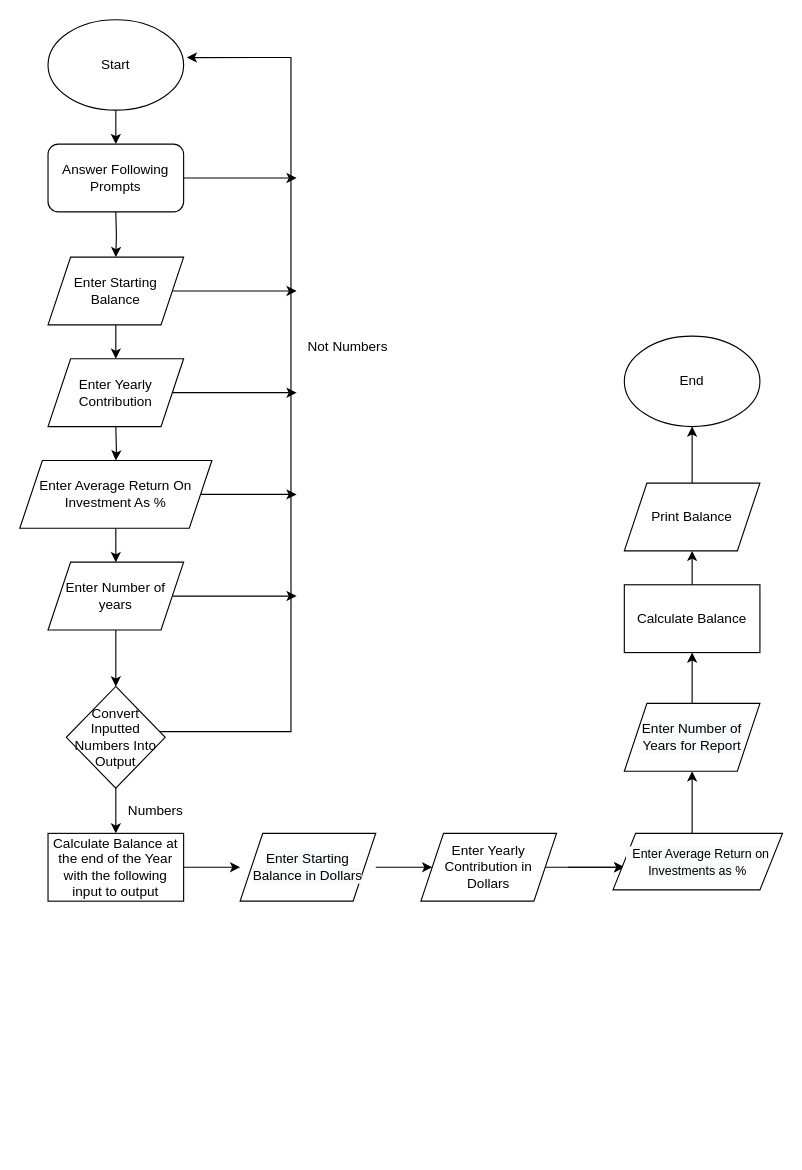
The draw.io diagram AdvPseudoFlow-Diagram.drawio in WilsonTalentCenter/advpseudoflow-ns6600, before the edit. Source tidied: cells renumbered, new cells numbered last; positions are measured from the earlier drawing's top-left corner, leaving out a move shared by most shapes. Both pictures are drawn from the tidied source at 113%, with x=0, y=0 at pixel (19, 19).
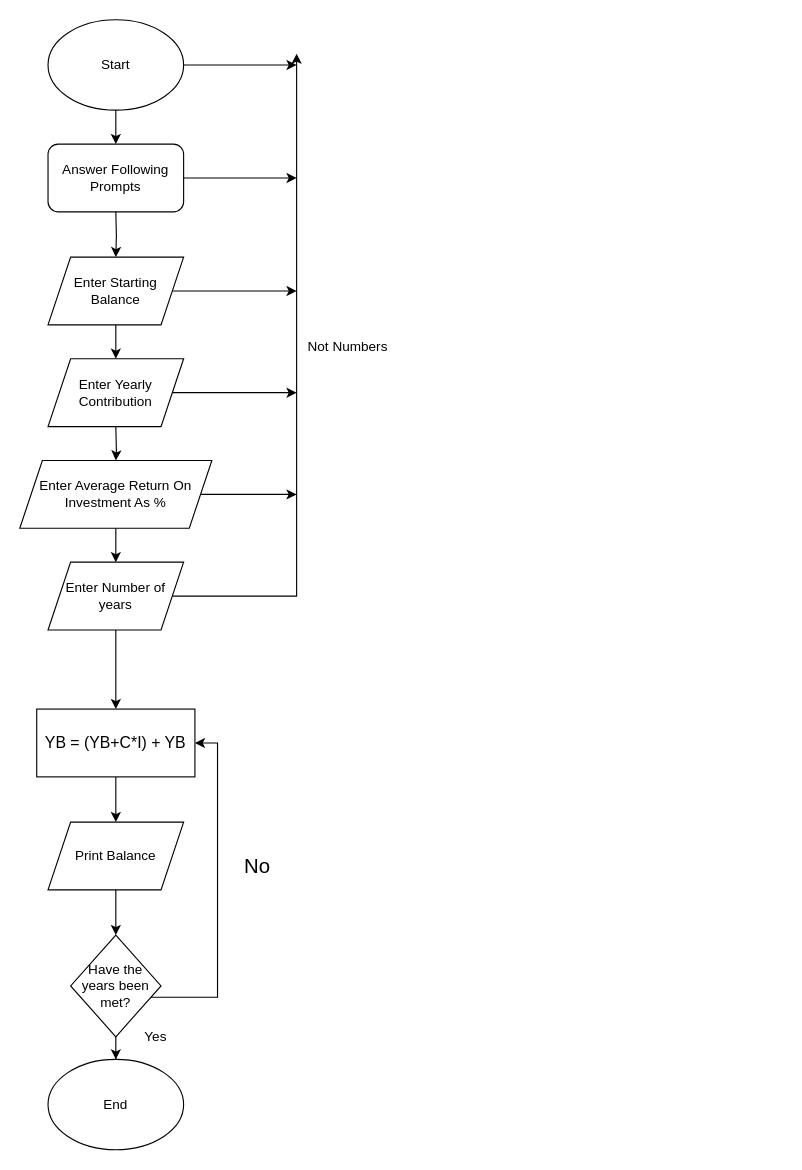
Above is the later version.

Unchanged cells that the change refers to:
```xml
<mxCell id="3" value="Start" style="ellipse;whiteSpace=wrap;html=1;" parent="1" vertex="1">
  <mxGeometry x="25" width="120" height="80" as="geometry" />
</mxCell>
<mxCell id="15" value="Enter Number of years" style="shape=parallelogram;perimeter=parallelogramPerimeter;whiteSpace=wrap;html=1;fixedSize=1;" parent="1" vertex="1">
  <mxGeometry x="25" y="480" width="120" height="60" as="geometry" />
</mxCell>
```

Change to the diagram source:
```diff
@@
+    <mxCell id="40" style="edgeStyle=orthogonalEdgeStyle;rounded=0;jettySize=auto;html=1;" parent="1" edge="1" source="3">
+      <mxGeometry relative="1" as="geometry">
+        <mxPoint x="245" y="40" as="targetPoint" />
+      </mxGeometry>
+    </mxCell>
@@
     <mxCell id="13" style="edgeStyle=orthogonalEdgeStyle;rounded=0;jettySize=auto;html=1;" parent="1" edge="1" source="15">
       <mxGeometry relative="1" as="geometry">
-        <mxPoint x="245" y="510" as="targetPoint" />
+        <mxPoint x="245" y="30" as="targetPoint" />
+        <Array as="points">
+          <mxPoint x="245" y="510" />
+        </Array>
       </mxGeometry>
     </mxCell>
-    <mxCell id="14" style="edgeStyle=orthogonalEdgeStyle;rounded=0;jettySize=auto;html=1;" parent="1" edge="1" source="15" target="20">
-      <mxGeometry relative="1" as="geometry" />
+    <mxCell id="14" style="edgeStyle=orthogonalEdgeStyle;rounded=0;jettySize=auto;html=1;entryX=0.5;entryY=0;entryDx=0;entryDy=0;" parent="1" edge="1" source="15" target="29">
+      <mxGeometry relative="1" as="geometry">
+        <Array as="points">
+          <mxPoint x="85" y="590" />
+          <mxPoint x="85" y="590" />
+        </Array>
+      </mxGeometry>
     </mxCell>
@@
+    <mxCell id="41" style="edgeStyle=orthogonalEdgeStyle;rounded=0;jettySize=auto;html=1;" parent="1" edge="1" source="20" target="31">
+      <mxGeometry relative="1" as="geometry" />
+    </mxCell>
-    <mxCell id="19" style="edgeStyle=orthogonalEdgeStyle;rounded=0;jettySize=auto;html=1;entryX=0.5;entryY=0;entryDx=0;entryDy=0;" parent="1" edge="1" source="20" target="29">
-      <mxGeometry relative="1" as="geometry" />
+    <mxCell id="19" style="edgeStyle=orthogonalEdgeStyle;rounded=0;jettySize=auto;html=1;entryX=1;entryY=0.5;entryDx=0;entryDy=0;" parent="1" edge="1" source="20" target="29">
+      <mxGeometry relative="1" as="geometry">
+        <Array as="points">
+          <mxPoint x="175" y="865" />
+          <mxPoint x="175" y="640" />
+        </Array>
+      </mxGeometry>
     </mxCell>
-    <mxCell id="20" value="Convert Inputted Numbers Into Output" style="rhombus;whiteSpace=wrap;html=1;" parent="1" vertex="1">
-      <mxGeometry x="41.2" y="590" width="87.5" height="90" as="geometry" />
+    <mxCell id="20" value="Have the years been met?" style="rhombus;whiteSpace=wrap;html=1;" parent="1" vertex="1">
+      <mxGeometry x="45" y="810" width="80" height="90" as="geometry" />
     </mxCell>
-    <mxCell id="21" style="edgeStyle=orthogonalEdgeStyle;rounded=0;orthogonalLoop=1;jettySize=auto;html=1;" parent="1" edge="1">
-      <mxGeometry relative="1" as="geometry">
-        <mxPoint x="315" y="750" as="sourcePoint" />
-        <mxPoint x="365" y="750" as="targetPoint" />
-      </mxGeometry>
-    </mxCell>
-    <mxCell id="22" value="Numbers" style="text;html=1;align=center;verticalAlign=middle;" parent="1" vertex="1">
-      <mxGeometry x="90" y="690" width="60" height="20" as="geometry" />
-    </mxCell>
-    <mxCell id="23" style="edgeStyle=orthogonalEdgeStyle;rounded=0;jettySize=auto;html=1;entryX=1.023;entryY=0.418;entryDx=0;entryDy=0;entryPerimeter=0;" parent="1" edge="1" source="20" target="3">
-      <mxGeometry relative="1" as="geometry">
-        <Array as="points">
-          <mxPoint x="240" y="630" />
-          <mxPoint x="240" y="33" />
-        </Array>
-      </mxGeometry>
-    </mxCell>
@@
-    <mxCell id="25" style="edgeStyle=orthogonalEdgeStyle;rounded=0;orthogonalLoop=1;jettySize=auto;html=1;" parent="1" edge="1">
-      <mxGeometry relative="1" as="geometry">
-        <mxPoint x="485" y="750" as="sourcePoint" />
-        <mxPoint x="535" y="750" as="targetPoint" />
-        <Array as="points">
-          <mxPoint x="485" y="750" />
-          <mxPoint x="485" y="750" />
-        </Array>
-      </mxGeometry>
-    </mxCell>
-    <mxCell id="26" style="edgeStyle=orthogonalEdgeStyle;rounded=0;orthogonalLoop=1;jettySize=auto;html=1;" parent="1" edge="1">
-      <mxGeometry relative="1" as="geometry">
-        <mxPoint x="595" y="720" as="sourcePoint" />
-        <mxPoint x="595" y="665" as="targetPoint" />
-      </mxGeometry>
-    </mxCell>
-    <mxCell id="27" style="edgeStyle=orthogonalEdgeStyle;rounded=0;orthogonalLoop=1;jettySize=auto;html=1;" parent="1" edge="1">
-      <mxGeometry relative="1" as="geometry">
-        <mxPoint x="595" y="605" as="sourcePoint" />
-        <mxPoint x="595" y="560" as="targetPoint" />
-      </mxGeometry>
-    </mxCell>
-    <mxCell id="28" style="edgeStyle=orthogonalEdgeStyle;rounded=0;jettySize=auto;html=1;entryX=0;entryY=0.5;entryDx=0;entryDy=0;" parent="1" edge="1" source="29">
-      <mxGeometry relative="1" as="geometry">
-        <mxPoint x="195" y="750" as="targetPoint" />
-        <Array as="points">
-          <mxPoint x="185" y="750" />
-          <mxPoint x="185" y="750" />
-        </Array>
-      </mxGeometry>
-    </mxCell>
+    <mxCell id="42" style="edgeStyle=orthogonalEdgeStyle;rounded=0;jettySize=auto;html=1;entryX=0.5;entryY=0;entryDx=0;entryDy=0;" parent="1" edge="1" source="29" target="39">
+      <mxGeometry relative="1" as="geometry" />
+    </mxCell>
-    <mxCell id="29" value="Calculate Balance at the end of the Year with the following input to output" style="rounded=0;whiteSpace=wrap;html=1;" parent="1" vertex="1">
-      <mxGeometry x="25" y="720" width="120" height="60" as="geometry" />
+    <mxCell id="29" value="&lt;font style=&quot;font-size: 14px&quot;&gt;YB = (YB+C*I) + YB&lt;/font&gt;" style="rounded=0;whiteSpace=wrap;html=1;" parent="1" vertex="1">
+      <mxGeometry x="15" y="610" width="140" height="60" as="geometry" />
     </mxCell>
-    <mxCell id="30" style="edgeStyle=orthogonalEdgeStyle;rounded=0;orthogonalLoop=1;jettySize=auto;html=1;" parent="1" edge="1">
-      <mxGeometry relative="1" as="geometry">
-        <mxPoint x="595" y="500" as="sourcePoint" />
-        <mxPoint x="595" y="470" as="targetPoint" />
-      </mxGeometry>
-    </mxCell>
     <mxCell id="31" value="End" style="ellipse;whiteSpace=wrap;html=1;" parent="1" vertex="1">
-      <mxGeometry x="535" y="280" width="120" height="80" as="geometry" />
+      <mxGeometry x="25" y="920" width="120" height="80" as="geometry" />
     </mxCell>
-    <mxCell id="32" value="&#10;&#10;&lt;span style=&quot;color: rgb(0, 0, 0); font-family: helvetica; font-size: 12px; font-style: normal; font-weight: 400; letter-spacing: normal; text-align: center; text-indent: 0px; text-transform: none; word-spacing: 0px; background-color: rgb(248, 249, 250); display: inline; float: none;&quot;&gt;Enter Starting Balance in Dollars&lt;/span&gt;&#10;&#10;" style="shape=parallelogram;perimeter=parallelogramPerimeter;whiteSpace=wrap;html=1;fixedSize=1;" parent="1" vertex="1">
-      <mxGeometry x="195" y="720" width="120" height="60" as="geometry" />
-    </mxCell>
-    <mxCell id="33" style="edgeStyle=orthogonalEdgeStyle;rounded=0;jettySize=auto;html=1;" parent="1" edge="1" source="34">
-      <mxGeometry relative="1" as="geometry">
-        <mxPoint x="535" y="750" as="targetPoint" />
-      </mxGeometry>
-    </mxCell>
-    <mxCell id="34" value="&lt;span&gt;Enter Yearly Contribution in Dollars&lt;/span&gt;" style="shape=parallelogram;perimeter=parallelogramPerimeter;whiteSpace=wrap;html=1;fixedSize=1;" parent="1" vertex="1">
-      <mxGeometry x="355" y="720" width="120" height="60" as="geometry" />
-    </mxCell>
-    <mxCell id="35" value="&lt;font style=&quot;font-size: 11px&quot;&gt;&lt;span style=&quot;color: rgb(0 , 0 , 0) ; font-family: &amp;#34;helvetica&amp;#34; ; font-style: normal ; font-weight: 400 ; letter-spacing: normal ; text-align: center ; text-indent: 0px ; text-transform: none ; word-spacing: 0px ; background-color: rgb(248 , 249 , 250) ; display: inline ; float: none&quot;&gt;&amp;nbsp; Enter Average Return on Investments as %&lt;/span&gt;&lt;br&gt;&lt;/font&gt;" style="shape=parallelogram;perimeter=parallelogramPerimeter;whiteSpace=wrap;html=1;fixedSize=1;" parent="1" vertex="1">
-      <mxGeometry x="525" y="720" width="150" height="50" as="geometry" />
-    </mxCell>
-    <mxCell id="36" value="&#10;&#10;&lt;span style=&quot;color: rgb(0, 0, 0); font-family: helvetica; font-size: 12px; font-style: normal; font-weight: 400; letter-spacing: normal; text-align: center; text-indent: 0px; text-transform: none; word-spacing: 0px; background-color: rgb(248, 249, 250); display: inline; float: none;&quot;&gt;Enter Number of Years for Report&lt;/span&gt;&#10;&#10;" style="shape=parallelogram;perimeter=parallelogramPerimeter;whiteSpace=wrap;html=1;fixedSize=1;" parent="1" vertex="1">
-      <mxGeometry x="535" y="605" width="120" height="60" as="geometry" />
-    </mxCell>
-    <mxCell id="37" value="Calculate Balance" style="rounded=0;whiteSpace=wrap;html=1;" parent="1" vertex="1">
-      <mxGeometry x="535" y="500" width="120" height="60" as="geometry" />
-    </mxCell>
-    <mxCell id="38" style="edgeStyle=orthogonalEdgeStyle;rounded=0;jettySize=auto;html=1;entryX=0.5;entryY=1;entryDx=0;entryDy=0;" parent="1" edge="1" source="39" target="31">
-      <mxGeometry relative="1" as="geometry" />
-    </mxCell>
+    <mxCell id="43" style="edgeStyle=orthogonalEdgeStyle;rounded=0;jettySize=auto;html=1;entryX=0.5;entryY=0;entryDx=0;entryDy=0;" parent="1" edge="1" source="39" target="20">
+      <mxGeometry relative="1" as="geometry" />
+    </mxCell>
     <mxCell id="39" value="Print Balance" style="shape=parallelogram;perimeter=parallelogramPerimeter;whiteSpace=wrap;html=1;fixedSize=1;" parent="1" vertex="1">
-      <mxGeometry x="535" y="410" width="120" height="60" as="geometry" />
+      <mxGeometry x="25" y="710" width="120" height="60" as="geometry" />
     </mxCell>
+    <mxCell id="44" value="Yes" style="text;html=1;align=center;verticalAlign=middle;" parent="1" vertex="1">
+      <mxGeometry x="105" y="890" width="30" height="20" as="geometry" />
+    </mxCell>
+    <mxCell id="45" value="&lt;font style=&quot;font-size: 18px&quot;&gt;No&lt;/font&gt;" style="text;html=1;align=center;verticalAlign=middle;" parent="1" vertex="1">
+      <mxGeometry x="190" y="740" width="40" height="20" as="geometry" />
+    </mxCell>
```
